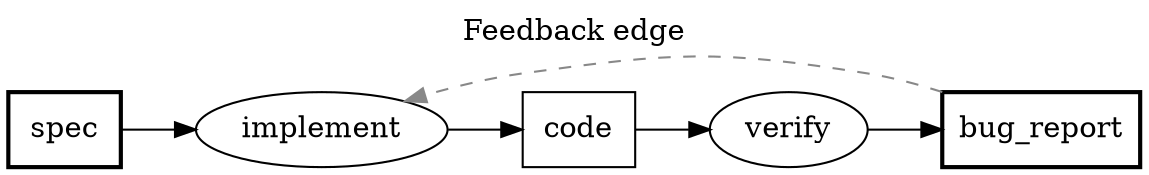
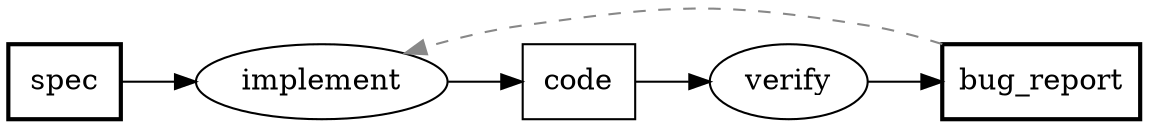
digraph PFDSL {
  rankdir=LR;
  newrank=true;
-   label="Feedback edge";
-   labelloc="t";

  "bug_report" [shape=box, label="bug_report", penwidth="2"];
  "code" [shape=box, label="code"];
  "implement" [shape=ellipse, label="implement"];
  "spec" [shape=box, label="spec", penwidth="2"];
  "verify" [shape=ellipse, label="verify"];

  "spec" -> "implement";
  "implement" -> "code";
  "code" -> "verify";
  "verify" -> "bug_report";
  "bug_report" -> "implement" [style=dashed, color="#888888", constraint=false];
}
